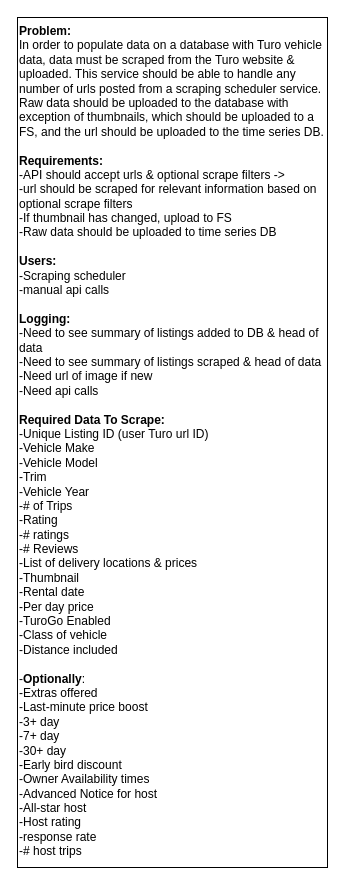
Above: page "Problem" (1 of 6) of design/Scraping Service Design.drawio in jacob-petterle/turo-scraper (draw.io), before the change. Source tidied: cells renumbered, new cells numbered last; positions are measured from the earlier drawing's top-left corner, leaving out a move shared by most shapes. Both pictures are drawn from the tidied source at 100%, with x=0, y=0 at pixel (17, 17).
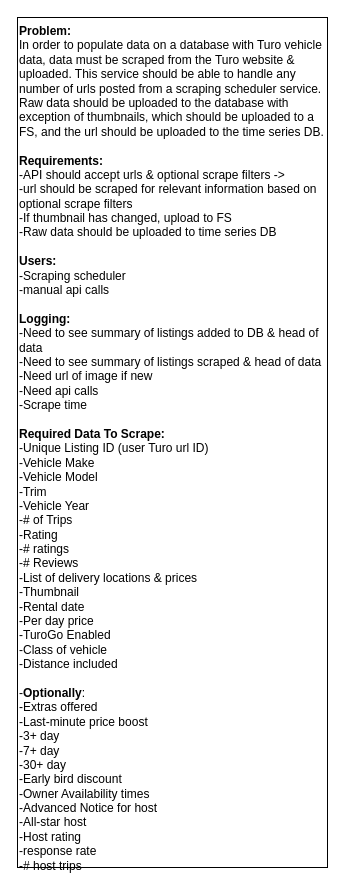
The same diagram, later.

The edit, as a diff of the source:
```diff
@@
 <mxGraphModel>
   <root>
     <mxCell id="0" />
     <mxCell id="1" parent="0" />
-    <mxCell id="2" value="&lt;b&gt;Problem:&lt;/b&gt;&lt;br&gt;In order to populate data on a database with Turo vehicle data, data must be scraped from the Turo website &amp;amp; uploaded. This service should be able to handle any number of urls posted from a scraping scheduler service. Raw data should be uploaded to the database with exception of thumbnails, which should be uploaded to a FS, and the url should be uploaded to the time series DB.&lt;br&gt;&lt;br&gt;&lt;b&gt;Requirements:&lt;br&gt;&lt;/b&gt;-API should accept urls &amp;amp; optional scrape filters -&amp;gt;&amp;nbsp;&lt;br&gt;-url should be scraped for relevant information based on optional scrape filters&lt;br&gt;-If thumbnail has changed, upload to FS&lt;br&gt;-Raw data should be uploaded to time series DB&lt;br&gt;&lt;br&gt;&lt;b&gt;Users:&lt;br&gt;&lt;/b&gt;-Scraping scheduler&lt;br&gt;-manual api calls&lt;br&gt;&lt;br&gt;&lt;b&gt;Logging:&lt;br&gt;&lt;/b&gt;-Need to see summary of listings added to DB &amp;amp; head of data&lt;br&gt;-Need to see summary of listings scraped &amp;amp; head of data&lt;br&gt;-Need url of image if new&lt;br&gt;-Need api calls&lt;br&gt;&lt;br&gt;&lt;b&gt;Required Data To Scrape:&lt;/b&gt;&lt;br&gt;-Unique Listing ID (user Turo url ID)&lt;br&gt;-Vehicle Make&lt;br&gt;-Vehicle Model&lt;br&gt;-Trim&lt;br&gt;-Vehicle Year&lt;br&gt;-# of Trips&lt;br&gt;-Rating&lt;br&gt;-# ratings&lt;br&gt;-# Reviews&lt;br&gt;-List of delivery locations &amp;amp; prices&lt;br&gt;-Thumbnail&lt;br&gt;-Rental date&lt;br&gt;-Per day price&lt;br&gt;-TuroGo Enabled&lt;br&gt;-Class of vehicle&lt;br&gt;-Distance included&lt;br&gt;&lt;br&gt;-&lt;b&gt;Optionally&lt;/b&gt;:&lt;br&gt;-Extras offered&lt;br&gt;-Last-minute price boost&lt;br&gt;-3+ day&lt;br&gt;-7+ day&lt;br&gt;-30+ day&lt;br&gt;-Early bird discount&lt;br&gt;&lt;div&gt;-Owner Availability times&lt;/div&gt;&lt;div&gt;-Advanced Notice for host&lt;/div&gt;&lt;div&gt;-All-star host&lt;/div&gt;&lt;div&gt;-Host rating&lt;/div&gt;&lt;div&gt;-response rate&lt;/div&gt;&lt;div&gt;-# host trips&lt;/div&gt;" style="rounded=0;whiteSpace=wrap;html=1;align=left;verticalAlign=top;" parent="1" vertex="1">
+    <mxCell id="2" value="&lt;b&gt;Problem:&lt;/b&gt;&lt;br&gt;In order to populate data on a database with Turo vehicle data, data must be scraped from the Turo website &amp;amp; uploaded. This service should be able to handle any number of urls posted from a scraping scheduler service. Raw data should be uploaded to the database with exception of thumbnails, which should be uploaded to a FS, and the url should be uploaded to the time series DB.&lt;br&gt;&lt;br&gt;&lt;b&gt;Requirements:&lt;br&gt;&lt;/b&gt;-API should accept urls &amp;amp; optional scrape filters -&amp;gt;&amp;nbsp;&lt;br&gt;-url should be scraped for relevant information based on optional scrape filters&lt;br&gt;-If thumbnail has changed, upload to FS&lt;br&gt;-Raw data should be uploaded to time series DB&lt;br&gt;&lt;br&gt;&lt;b&gt;Users:&lt;br&gt;&lt;/b&gt;-Scraping scheduler&lt;br&gt;-manual api calls&lt;br&gt;&lt;br&gt;&lt;b&gt;Logging:&lt;br&gt;&lt;/b&gt;-Need to see summary of listings added to DB &amp;amp; head of data&lt;br&gt;-Need to see summary of listings scraped &amp;amp; head of data&lt;br&gt;-Need url of image if new&lt;br&gt;-Need api calls&lt;br&gt;-Scrape time&lt;br&gt;&lt;br&gt;&lt;b&gt;Required Data To Scrape:&lt;/b&gt;&lt;br&gt;-Unique Listing ID (user Turo url ID)&lt;br&gt;-Vehicle Make&lt;br&gt;-Vehicle Model&lt;br&gt;-Trim&lt;br&gt;-Vehicle Year&lt;br&gt;-# of Trips&lt;br&gt;-Rating&lt;br&gt;-# ratings&lt;br&gt;-# Reviews&lt;br&gt;-List of delivery locations &amp;amp; prices&lt;br&gt;-Thumbnail&lt;br&gt;-Rental date&lt;br&gt;-Per day price&lt;br&gt;-TuroGo Enabled&lt;br&gt;-Class of vehicle&lt;br&gt;-Distance included&lt;br&gt;&lt;br&gt;-&lt;b&gt;Optionally&lt;/b&gt;:&lt;br&gt;-Extras offered&lt;br&gt;-Last-minute price boost&lt;br&gt;-3+ day&lt;br&gt;-7+ day&lt;br&gt;-30+ day&lt;br&gt;-Early bird discount&lt;br&gt;&lt;div&gt;-Owner Availability times&lt;/div&gt;&lt;div&gt;-Advanced Notice for host&lt;/div&gt;&lt;div&gt;-All-star host&lt;/div&gt;&lt;div&gt;-Host rating&lt;/div&gt;&lt;div&gt;-response rate&lt;/div&gt;&lt;div&gt;-# host trips&lt;/div&gt;" style="rounded=0;whiteSpace=wrap;html=1;align=left;verticalAlign=top;" parent="1" vertex="1">
       <mxGeometry width="310" height="850" as="geometry" />
     </mxCell>
   </root>
 </mxGraphModel>
```
